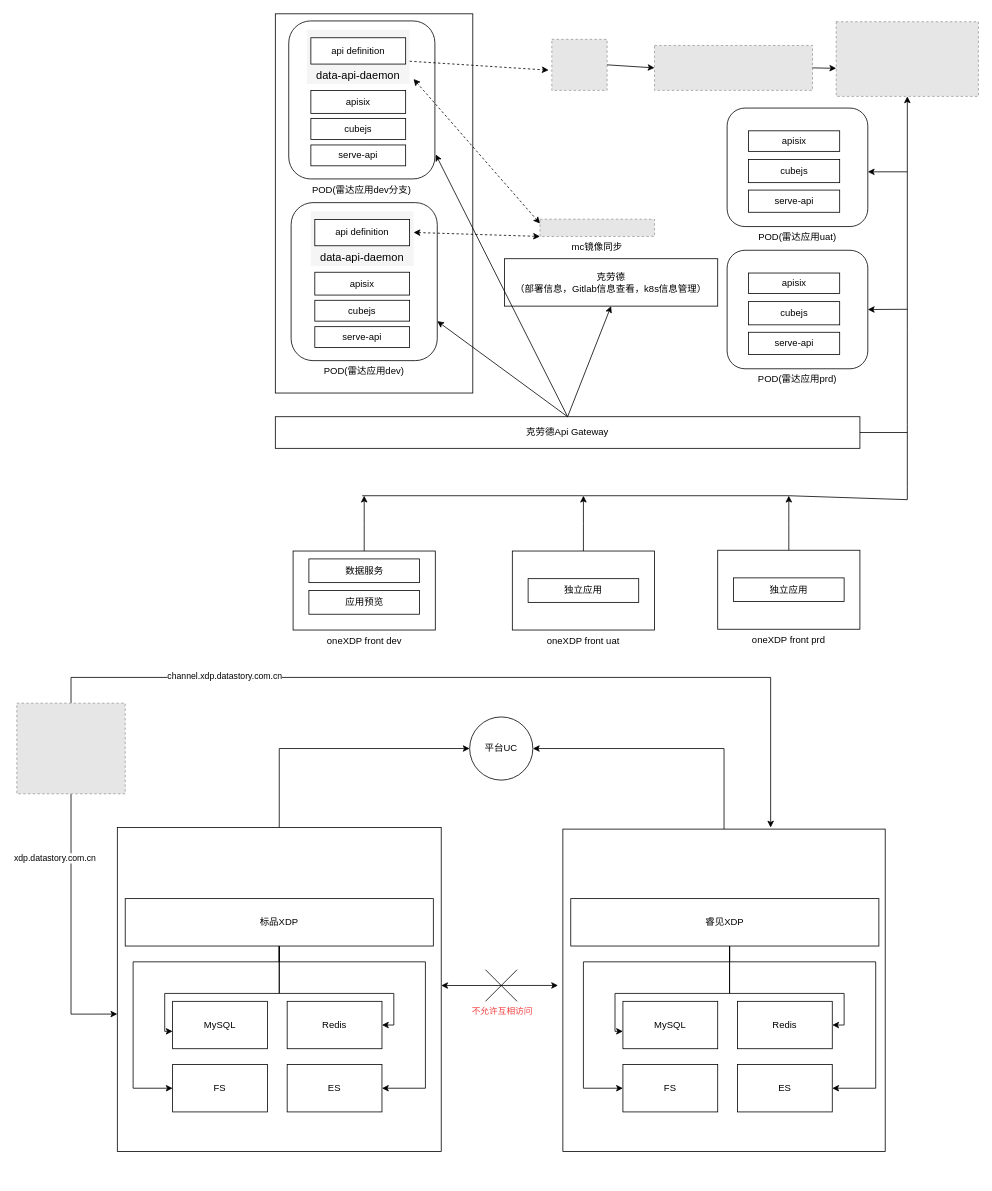
Earlier version of the draw.io diagram page "数据服务3.0" (1 of 3) of 数据服务3.0.drawio (jk1420/data-api). Source tidied: cells renumbered, new cells numbered last; positions are measured from the earlier drawing's top-left corner, leaving out a move shared by most shapes. Both pictures are drawn from the tidied source at 79%, with x=0, y=0 at pixel (17, 13). Pictures stored in the file or linked from it are replaced by grey dashed boxes.
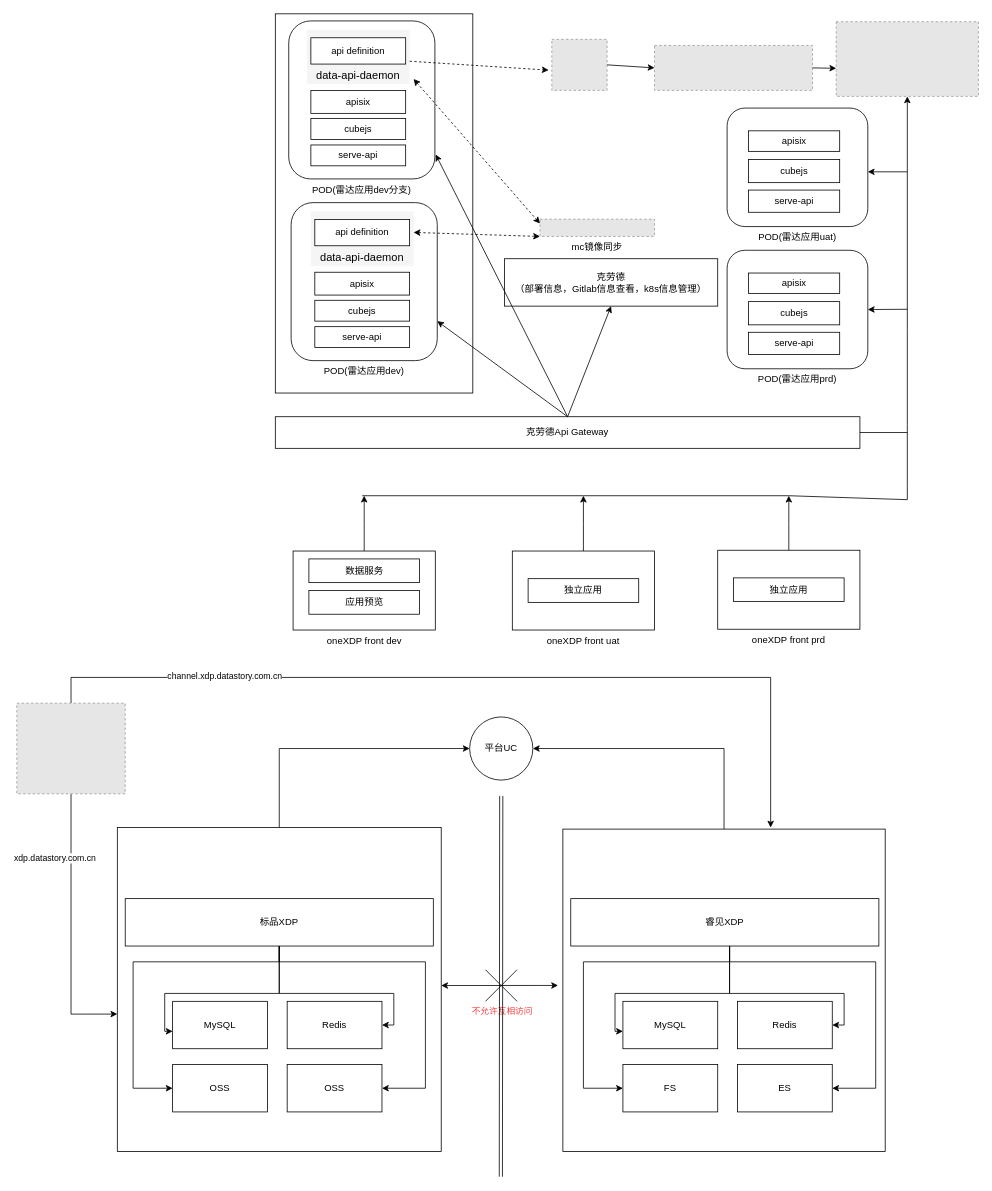
The same page after the edit.

Commit message:
更新数据服务3.0.drawio

The edit, as a diff of the source:
```diff
@@
-    <mxCell id="67" value="ES" style="rounded=0;whiteSpace=wrap;html=1;" parent="1" vertex="1">
+    <mxCell id="67" value="OSS" style="rounded=0;whiteSpace=wrap;html=1;" parent="1" vertex="1">
       <mxGeometry x="342" y="1330" width="120" height="60" as="geometry" />
     </mxCell>
@@
-    <mxCell id="75" value="FS" style="rounded=0;whiteSpace=wrap;html=1;" parent="1" vertex="1">
+    <mxCell id="75" value="OSS" style="rounded=0;whiteSpace=wrap;html=1;" parent="1" vertex="1">
       <mxGeometry x="197" y="1330" width="120" height="60" as="geometry" />
     </mxCell>
@@
+    <mxCell id="97" style="shape=link;html=1;rounded=0;" parent="1" edge="1">
+      <mxGeometry relative="1" as="geometry">
+        <mxPoint x="613" y="990" as="sourcePoint" />
+        <mxPoint x="612.5" y="1472" as="targetPoint" />
+      </mxGeometry>
+    </mxCell>
```
